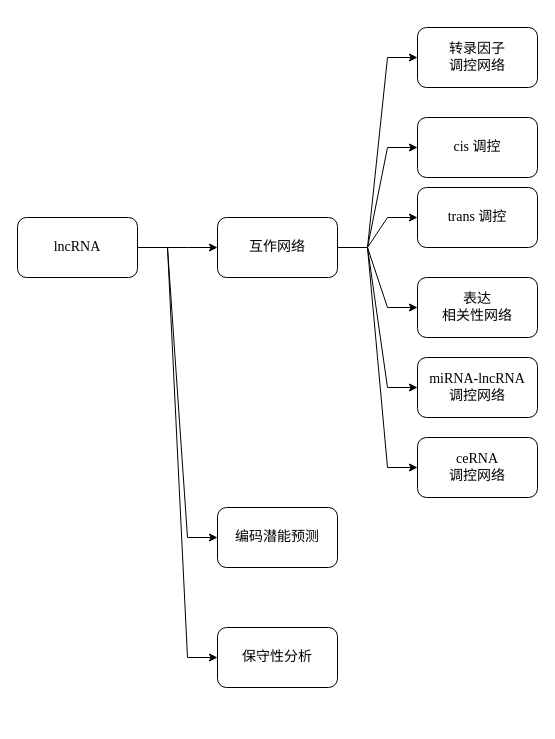
Above: page "lncRNA" (3 of 5) of RNA-seq常规分析流程.drawio in gnilihzeux/Bioinformatics_Pipeline (draw.io), before the change. Source tidied: cells renumbered, new cells numbered last; positions are measured from the earlier drawing's top-left corner, leaving out a move shared by most shapes. Both pictures are drawn from the tidied source at 100%, with x=0, y=0 at pixel (17, 27).
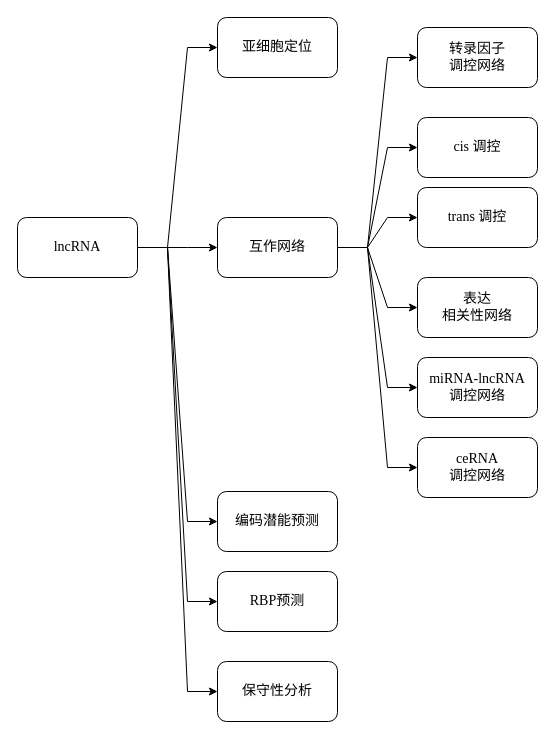
Above is the later version.

The change refers to these unchanged cells:
```xml
<mxCell id="5" value="lncRNA" style="rounded=1;whiteSpace=wrap;html=1;fontFamily=Times New Roman;fontSize=14;fontColor=default;" parent="1" vertex="1">
  <mxGeometry y="190" width="120" height="60" as="geometry" />
</mxCell>
```

The edit, as a diff of the source:
```diff
@@
+    <mxCell id="21" style="edgeStyle=entityRelationEdgeStyle;shape=connector;rounded=0;jumpStyle=none;jumpSize=6;jettySize=auto;html=1;labelBackgroundColor=default;fontFamily=Times New Roman;fontSize=14;fontColor=default;endArrow=classic;endSize=6;targetPerimeterSpacing=0;strokeColor=default;" parent="1" edge="1" source="5" target="23">
+      <mxGeometry relative="1" as="geometry" />
+    </mxCell>
+    <mxCell id="22" style="edgeStyle=entityRelationEdgeStyle;shape=connector;rounded=0;jumpStyle=none;jumpSize=6;jettySize=auto;html=1;labelBackgroundColor=default;fontFamily=Times New Roman;fontSize=14;fontColor=default;endArrow=classic;endSize=6;targetPerimeterSpacing=0;strokeColor=default;" parent="1" edge="1" source="5" target="24">
+      <mxGeometry relative="1" as="geometry" />
+    </mxCell>
@@
     <mxCell id="15" value="编码潜能预测" style="whiteSpace=wrap;html=1;fontSize=14;fontFamily=Times New Roman;rounded=1;" parent="1" vertex="1">
-      <mxGeometry x="200" y="480" width="120" height="60" as="geometry" />
+      <mxGeometry x="200" y="464" width="120" height="60" as="geometry" />
     </mxCell>
@@
     <mxCell id="19" value="保守性分析" style="whiteSpace=wrap;html=1;fontSize=14;fontFamily=Times New Roman;rounded=1;" parent="1" vertex="1">
-      <mxGeometry x="200" y="600" width="120" height="60" as="geometry" />
+      <mxGeometry x="200" y="634" width="120" height="60" as="geometry" />
     </mxCell>
@@
+    <mxCell id="23" value="亚细胞定位" style="whiteSpace=wrap;html=1;fontSize=14;fontFamily=Times New Roman;rounded=1;" parent="1" vertex="1">
+      <mxGeometry x="200" y="-10" width="120" height="60" as="geometry" />
+    </mxCell>
+    <mxCell id="24" value="RBP预测" style="whiteSpace=wrap;html=1;fontSize=14;fontFamily=Times New Roman;rounded=1;" parent="1" vertex="1">
+      <mxGeometry x="200" y="544" width="120" height="60" as="geometry" />
+    </mxCell>
```
